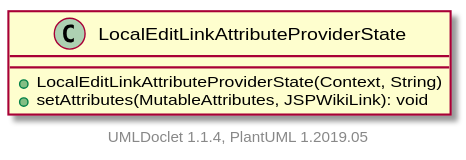
Above: apidocs/2.11.0.M8-SNAPSHOT/org/apache/wiki/markdown/extensions/jspwikilinks/attributeprovider/LocalEditLinkAttributeProviderState.svg in apache/jspwiki-site (PlantUML), before the change.
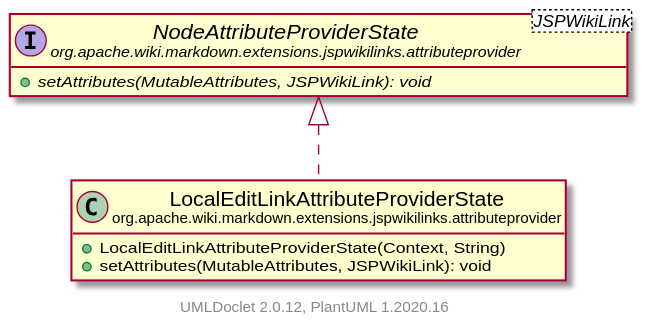
Above is the later version.

What changed in the source:
```diff
@@ -1,10 +1,18 @@
 @startuml
+    set namespaceSeparator none
+    hide empty fields
+    hide empty methods
 
-    class LocalEditLinkAttributeProviderState [[LocalEditLinkAttributeProviderState.html]] {
+    class "<size:14>LocalEditLinkAttributeProviderState\n<size:10>org.apache.wiki.markdown.extensions.jspwikilinks.attributeprovider" as org.apache.wiki.markdown.extensions.jspwikilinks.attributeprovider.LocalEditLinkAttributeProviderState [[LocalEditLinkAttributeProviderState.html]] {
         +LocalEditLinkAttributeProviderState(Context, String)
         +setAttributes(MutableAttributes, JSPWikiLink): void
     }
 
+    interface "<size:14>NodeAttributeProviderState\n<size:10>org.apache.wiki.markdown.extensions.jspwikilinks.attributeprovider" as org.apache.wiki.markdown.extensions.jspwikilinks.attributeprovider.NodeAttributeProviderState<JSPWikiLink> [[NodeAttributeProviderState.html]] {
+        {abstract} +setAttributes(MutableAttributes, JSPWikiLink): void
+    }
 
-    center footer UMLDoclet 1.1.4, PlantUML 1.2019.05
+    org.apache.wiki.markdown.extensions.jspwikilinks.attributeprovider.NodeAttributeProviderState <|.. org.apache.wiki.markdown.extensions.jspwikilinks.attributeprovider.LocalEditLinkAttributeProviderState
+
+    center footer UMLDoclet 2.0.12, PlantUML 1.2020.16
 @enduml
```
